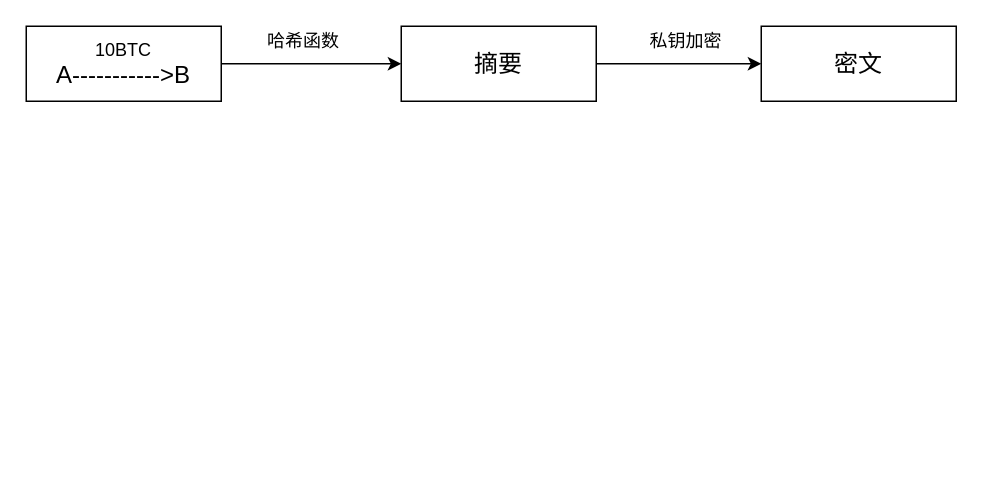
This is zhuanzhang.drawio from s1874217870/starup, a draw.io file, before an edit. Source tidied: cells renumbered, new cells numbered last; positions are measured from the earlier drawing's top-left corner, leaving out a move shared by most shapes. Both pictures are drawn from the tidied source at 150%, with x=0, y=0 at pixel (26, 26).
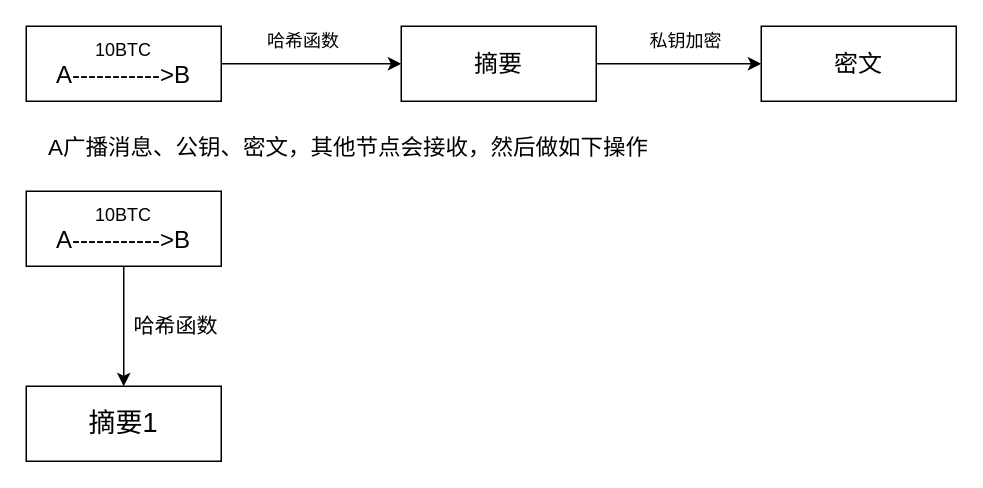
Above is the later version.

What changed in the source:
```diff
@@
 <mxGraphModel>
   <root>
     <mxCell id="0" />
     <mxCell id="1" parent="0" />
     <mxCell id="2" style="edgeStyle=orthogonalEdgeStyle;rounded=0;jettySize=auto;html=1;" parent="1" edge="1" source="3" target="5">
       <mxGeometry relative="1" as="geometry" />
     </mxCell>
     <mxCell id="3" value="10BTC&lt;br&gt;&lt;font style=&quot;font-size: 16px&quot;&gt;A-----------&amp;gt;B&lt;/font&gt;" style="rounded=0;whiteSpace=wrap;html=1;" parent="1" vertex="1">
       <mxGeometry width="130" height="50" as="geometry" />
     </mxCell>
     <mxCell id="4" style="edgeStyle=orthogonalEdgeStyle;rounded=0;jettySize=auto;html=1;" parent="1" edge="1" source="5" target="7">
       <mxGeometry relative="1" as="geometry" />
     </mxCell>
     <mxCell id="5" value="&lt;font style=&quot;font-size: 16px&quot;&gt;摘要&lt;/font&gt;" style="rounded=0;whiteSpace=wrap;html=1;" parent="1" vertex="1">
       <mxGeometry x="250" width="130" height="50" as="geometry" />
     </mxCell>
     <mxCell id="6" value="哈希函数" style="text;html=1;strokeColor=none;fillColor=none;align=center;verticalAlign=middle;whiteSpace=wrap;rounded=0;" parent="1" vertex="1">
       <mxGeometry x="150" width="70" height="20" as="geometry" />
     </mxCell>
     <mxCell id="7" value="&lt;font style=&quot;font-size: 16px&quot;&gt;密文&lt;/font&gt;" style="rounded=0;whiteSpace=wrap;html=1;" parent="1" vertex="1">
       <mxGeometry x="490" width="130" height="50" as="geometry" />
     </mxCell>
     <mxCell id="8" value="私钥加密" style="text;html=1;strokeColor=none;fillColor=none;align=center;verticalAlign=middle;whiteSpace=wrap;rounded=0;" parent="1" vertex="1">
       <mxGeometry x="410" width="60" height="20" as="geometry" />
     </mxCell>
+    <mxCell id="9" value="&lt;font style=&quot;font-size: 15px&quot;&gt;A广播消息、公钥、密文，其他节点会接收，然后做如下操作&lt;/font&gt;" style="text;html=1;strokeColor=none;fillColor=none;align=center;verticalAlign=middle;whiteSpace=wrap;rounded=0;" parent="1" vertex="1">
+      <mxGeometry y="70" width="430" height="20" as="geometry" />
+    </mxCell>
+    <mxCell id="10" style="edgeStyle=orthogonalEdgeStyle;rounded=0;jettySize=auto;html=1;" parent="1" edge="1" source="11" target="12">
+      <mxGeometry relative="1" as="geometry" />
+    </mxCell>
+    <mxCell id="11" value="10BTC&lt;br&gt;&lt;font style=&quot;font-size: 16px&quot;&gt;A-----------&amp;gt;B&lt;/font&gt;" style="rounded=0;whiteSpace=wrap;html=1;" parent="1" vertex="1">
+      <mxGeometry y="110" width="130" height="50" as="geometry" />
+    </mxCell>
+    <mxCell id="12" value="&lt;font style=&quot;font-size: 18px&quot;&gt;摘要1&lt;/font&gt;" style="rounded=0;whiteSpace=wrap;html=1;" parent="1" vertex="1">
+      <mxGeometry y="240" width="130" height="50" as="geometry" />
+    </mxCell>
+    <mxCell id="13" value="&lt;font style=&quot;font-size: 14px&quot;&gt;哈希函数&lt;/font&gt;" style="text;html=1;strokeColor=none;fillColor=none;align=center;verticalAlign=middle;whiteSpace=wrap;rounded=0;" parent="1" vertex="1">
+      <mxGeometry x="70" y="190" width="60" height="20" as="geometry" />
+    </mxCell>
   </root>
 </mxGraphModel>
```
